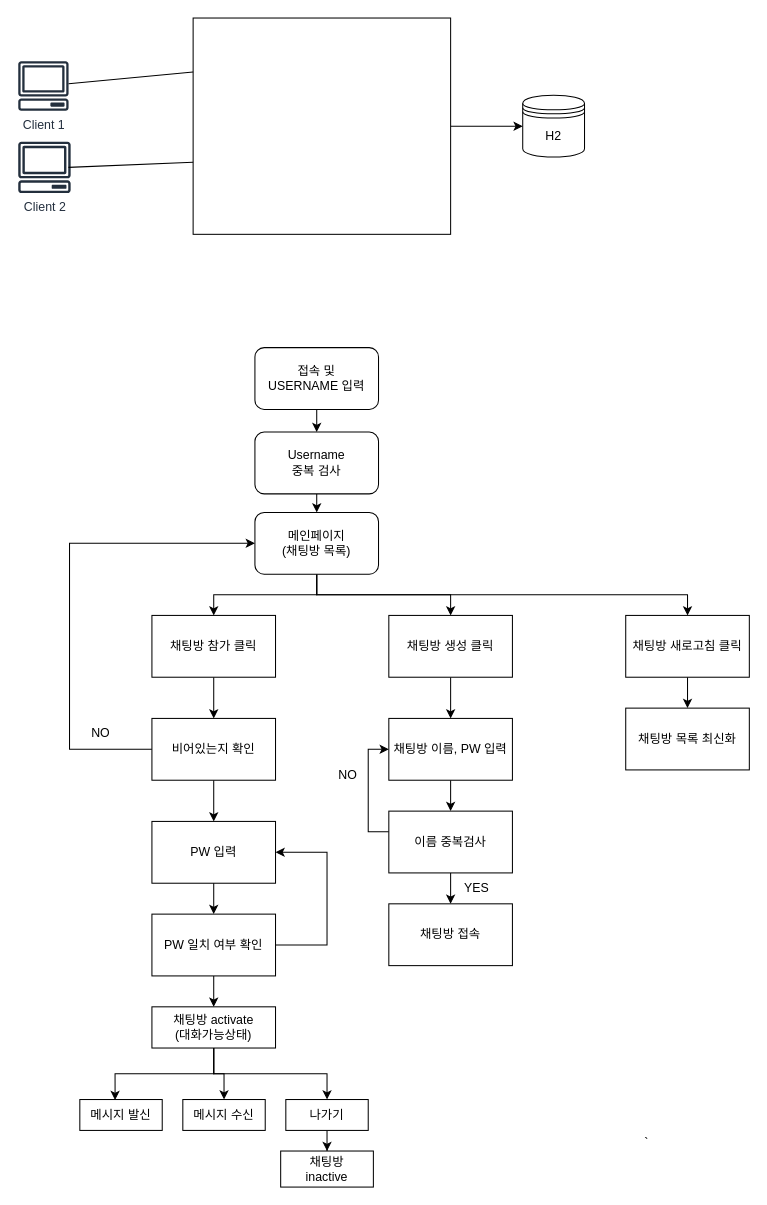
Before: chatroom.drawio in invalidhuman/chatroom, a draw.io diagram. Source tidied: cells renumbered, new cells numbered last; positions are measured from the earlier drawing's top-left corner, leaving out a move shared by most shapes. Both pictures are drawn from the tidied source at 103%, with x=0, y=0 at pixel (18, 18).
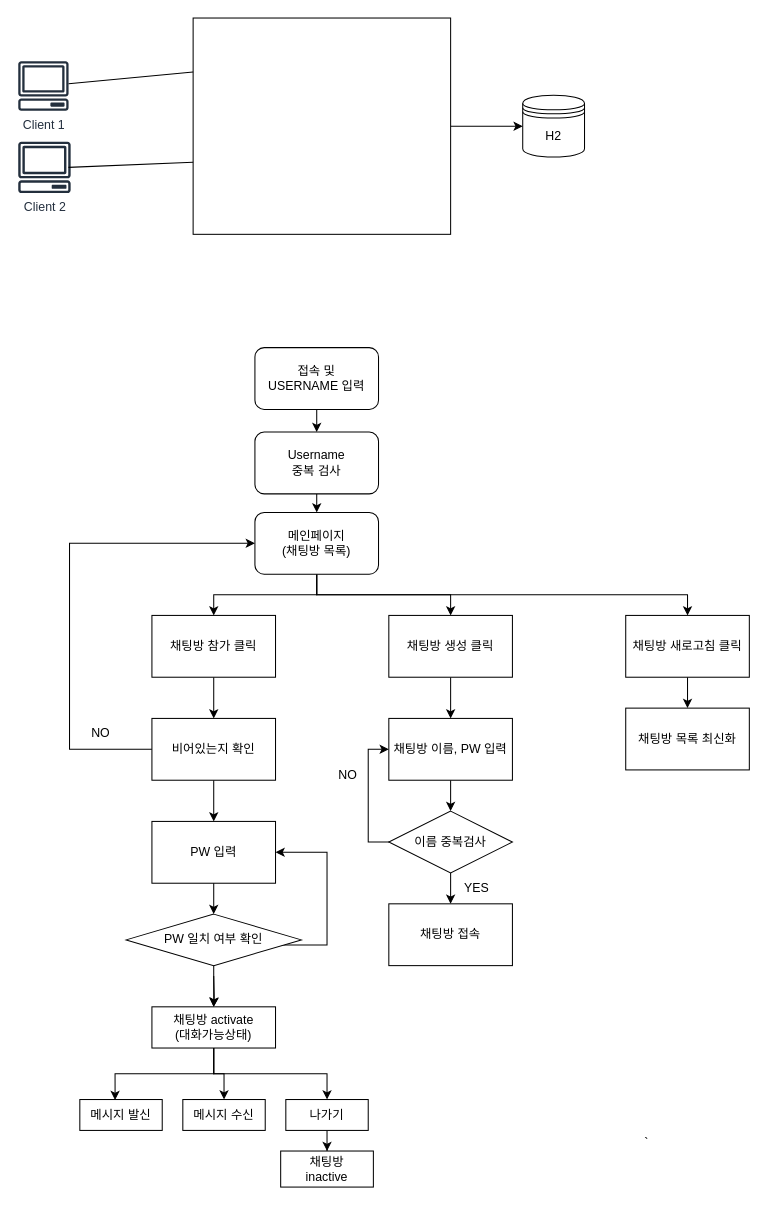
The same diagram, later.

Unchanged cells that the change refers to:
```xml
<mxCell id="18" value="PW 입력" style="rounded=0;whiteSpace=wrap;html=1;" parent="1" vertex="1">
  <mxGeometry x="130" y="780" width="120" height="60" as="geometry" />
</mxCell>
<mxCell id="20" value="채팅방 이름, PW 입력" style="rounded=0;whiteSpace=wrap;html=1;" parent="1" vertex="1">
  <mxGeometry x="360" y="680" width="120" height="60" as="geometry" />
</mxCell>
<mxCell id="44" value="채팅방 접속" style="whiteSpace=wrap;html=1;rounded=0;" parent="1" vertex="1">
  <mxGeometry x="360" y="860" width="120" height="60" as="geometry" />
</mxCell>
<mxCell id="49" value="채팅방 activate&lt;br&gt;(대화가능상태)" style="rounded=0;whiteSpace=wrap;html=1;" parent="1" vertex="1">
  <mxGeometry x="130" y="960" width="120" height="40" as="geometry" />
</mxCell>
```

The edit, as a diff of the source:
```diff
@@
-    <mxCell id="23" style="edgeStyle=orthogonalEdgeStyle;rounded=0;jettySize=auto;html=1;" parent="1" edge="1" source="24" target="49">
-      <mxGeometry relative="1" as="geometry" />
+    <mxCell id="23" style="edgeStyle=orthogonalEdgeStyle;rounded=0;jettySize=auto;html=1;" parent="1" edge="1" target="49">
+      <mxGeometry relative="1" as="geometry">
+        <mxPoint x="190" y="930" as="sourcePoint" />
+      </mxGeometry>
     </mxCell>
-    <mxCell id="24" value="PW 일치 여부 확인" style="rounded=0;whiteSpace=wrap;html=1;" parent="1" vertex="1">
-      <mxGeometry x="130" y="870" width="120" height="60" as="geometry" />
-    </mxCell>
-    <mxCell id="25" style="endArrow=classic;html=1;rounded=0;exitX=0.5;exitY=1;exitDx=0;exitDy=0;entryX=0.5;entryY=0;entryDx=0;entryDy=0;" parent="1" edge="1">
+    <mxCell id="25" style="endArrow=classic;html=1;rounded=0;exitX=0.5;exitY=1;exitDx=0;exitDy=0;" parent="1" edge="1" target="24">
       <mxGeometry relative="1" as="geometry">
         <mxPoint x="190" y="840" as="sourcePoint" />
-        <mxPoint x="190" y="870" as="targetPoint" />
       </mxGeometry>
     </mxCell>
@@
-    <mxCell id="31" style="endArrow=classic;html=1;rounded=0;exitX=1;exitY=0.5;exitDx=0;exitDy=0;entryX=1;entryY=0.5;entryDx=0;entryDy=0;" parent="1" edge="1" source="24" target="18">
+    <mxCell id="31" style="endArrow=classic;html=1;rounded=0;exitX=1;exitY=0.5;exitDx=0;exitDy=0;entryX=1;entryY=0.5;entryDx=0;entryDy=0;" parent="1" edge="1" target="18">
       <mxGeometry relative="1" as="geometry">
+        <mxPoint x="250" y="900" as="sourcePoint" />
         <Array as="points">
           <mxPoint x="300" y="900" />
           <mxPoint x="300" y="860" />
           <mxPoint x="300" y="810" />
         </Array>
       </mxGeometry>
     </mxCell>
@@
-    <mxCell id="41" style="edgeStyle=orthogonalEdgeStyle;rounded=0;jettySize=auto;html=1;entryX=0;entryY=0.5;entryDx=0;entryDy=0;" parent="1" edge="1" source="43" target="20">
+    <mxCell id="41" style="edgeStyle=orthogonalEdgeStyle;rounded=0;jettySize=auto;html=1;entryX=0;entryY=0.5;entryDx=0;entryDy=0;exitX=0.056;exitY=0.521;exitDx=0;exitDy=0;exitPerimeter=0;" parent="1" edge="1" source="43" target="20">
       <mxGeometry relative="1" as="geometry">
         <Array as="points">
-          <mxPoint x="340" y="790" />
+          <mxPoint x="367" y="800" />
+          <mxPoint x="340" y="800" />
           <mxPoint x="340" y="710" />
         </Array>
       </mxGeometry>
     </mxCell>
-    <mxCell id="42" style="edgeStyle=orthogonalEdgeStyle;rounded=0;jettySize=auto;html=1;" parent="1" edge="1" source="43" target="44">
+    <mxCell id="42" style="edgeStyle=orthogonalEdgeStyle;rounded=0;jettySize=auto;html=1;exitX=0.5;exitY=1;exitDx=0;exitDy=0;" parent="1" edge="1" source="43" target="44">
       <mxGeometry relative="1" as="geometry" />
     </mxCell>
-    <mxCell id="43" value="이름 중복검사" style="whiteSpace=wrap;html=1;rounded=0;" parent="1" vertex="1">
-      <mxGeometry x="360" y="770" width="120" height="60" as="geometry" />
-    </mxCell>
@@
+    <mxCell id="43" value="이름 중복검사" style="rhombus;whiteSpace=wrap;html=1;" parent="1" vertex="1">
+      <mxGeometry x="360" y="770" width="120" height="60" as="geometry" />
+    </mxCell>
+    <mxCell id="51" style="edgeStyle=orthogonalEdgeStyle;rounded=0;jettySize=auto;html=1;" parent="1" edge="1" source="24" target="49">
+      <mxGeometry relative="1" as="geometry" />
+    </mxCell>
+    <mxCell id="24" value="PW 일치 여부 확인" style="rhombus;whiteSpace=wrap;html=1;" parent="1" vertex="1">
+      <mxGeometry x="105" y="870" width="170" height="50" as="geometry" />
+    </mxCell>
```
